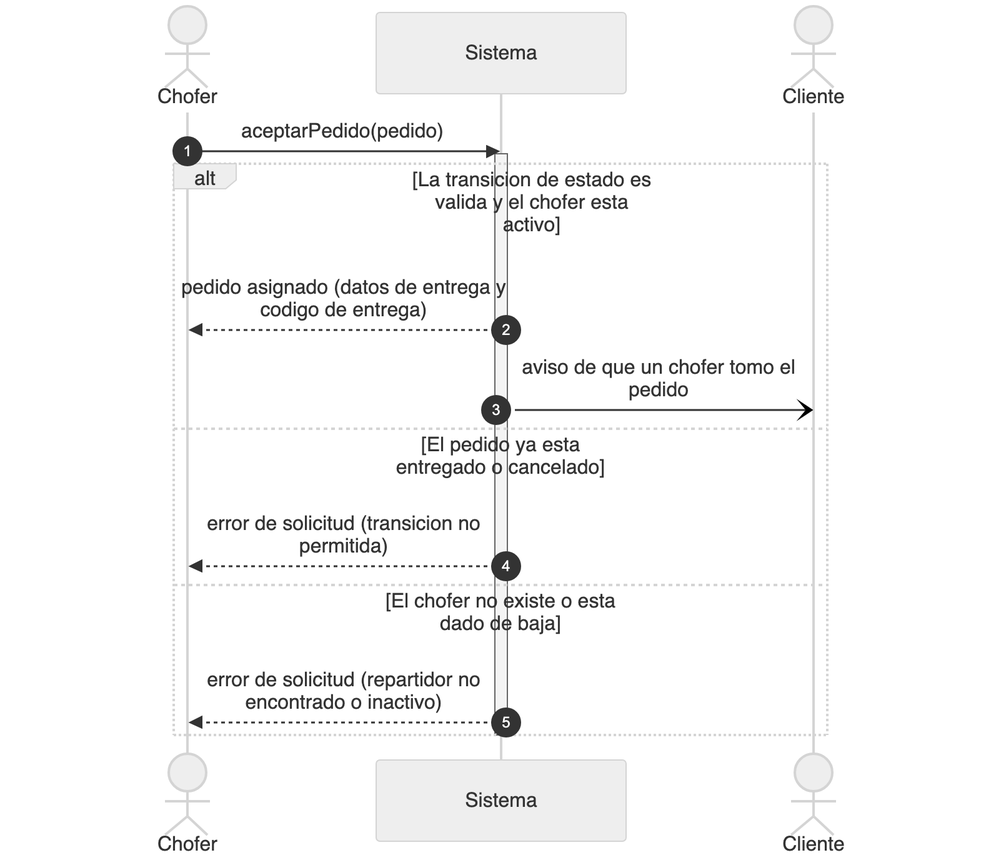
Above: diagramas/png/DSS_CU-015_Aceptar-Pedido.png in Nahuelito-Dev/splg-docs (Mermaid), before the change. Its source is kept beside it as diagramas/DSS_CU-015_Aceptar-Pedido.mmd.
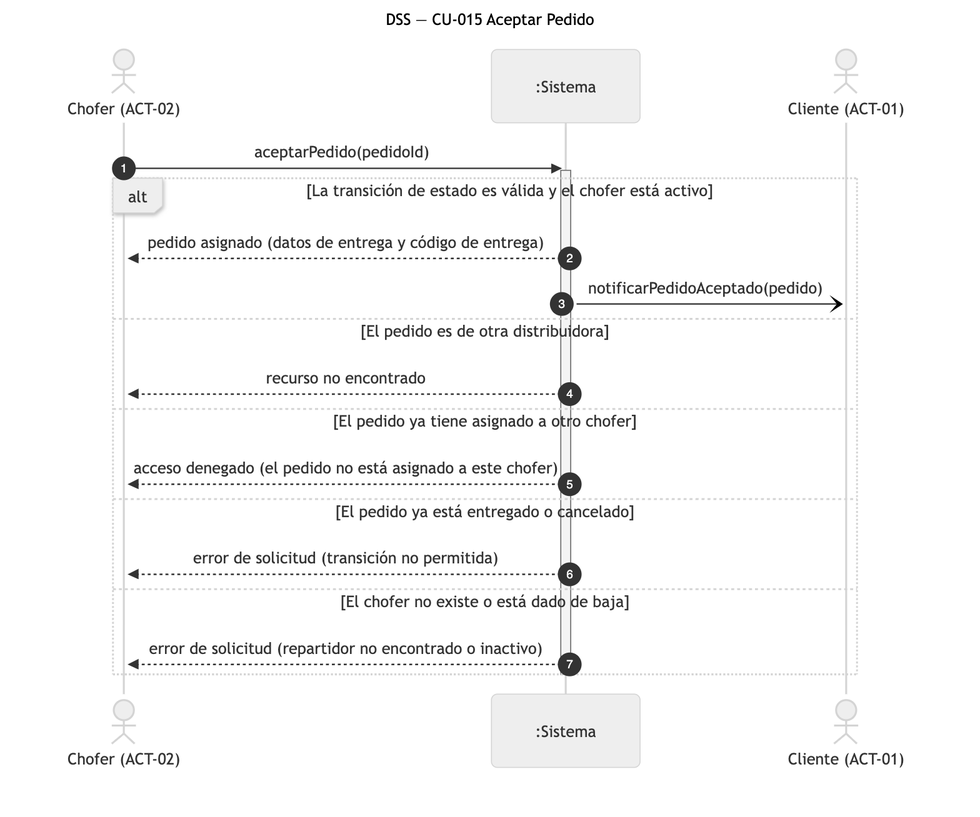
Later version of the same file.

What changed in the source:
```diff
@@ -1,22 +1,22 @@
 sequenceDiagram
     title DSS — CU-015 Aceptar Pedido
     autonumber
-    actor CHO as Chofer
-    participant SIS as Sistema
-    actor CLI as Cliente
+    actor CHO as Chofer (ACT-02)
+    participant SIS as :Sistema
+    actor CLI as Cliente (ACT-01)
 
-    CHO->>SIS: aceptarPedido(pedido)
+    CHO->>SIS: aceptarPedido(pedidoId)
     activate SIS
-    alt La transicion de estado es valida y el chofer esta activo
-        SIS-->>CHO: pedido asignado (datos de entrega y codigo de entrega)
-        SIS-)CLI: aviso de que un chofer tomo el pedido
+    alt La transición de estado es válida y el chofer está activo
+        SIS-->>CHO: pedido asignado (datos de entrega y código de entrega)
+        SIS-)CLI: notificarPedidoAceptado(pedido)
     else El pedido es de otra distribuidora
         SIS-->>CHO: recurso no encontrado
     else El pedido ya tiene asignado a otro chofer
-        SIS-->>CHO: acceso denegado (el pedido no esta asignado a este chofer)
-    else El pedido ya esta entregado o cancelado
-        SIS-->>CHO: error de solicitud (transicion no permitida)
-    else El chofer no existe o esta dado de baja
+        SIS-->>CHO: acceso denegado (el pedido no está asignado a este chofer)
+    else El pedido ya está entregado o cancelado
+        SIS-->>CHO: error de solicitud (transición no permitida)
+    else El chofer no existe o está dado de baja
         SIS-->>CHO: error de solicitud (repartidor no encontrado o inactivo)
     end
     deactivate SIS
```
